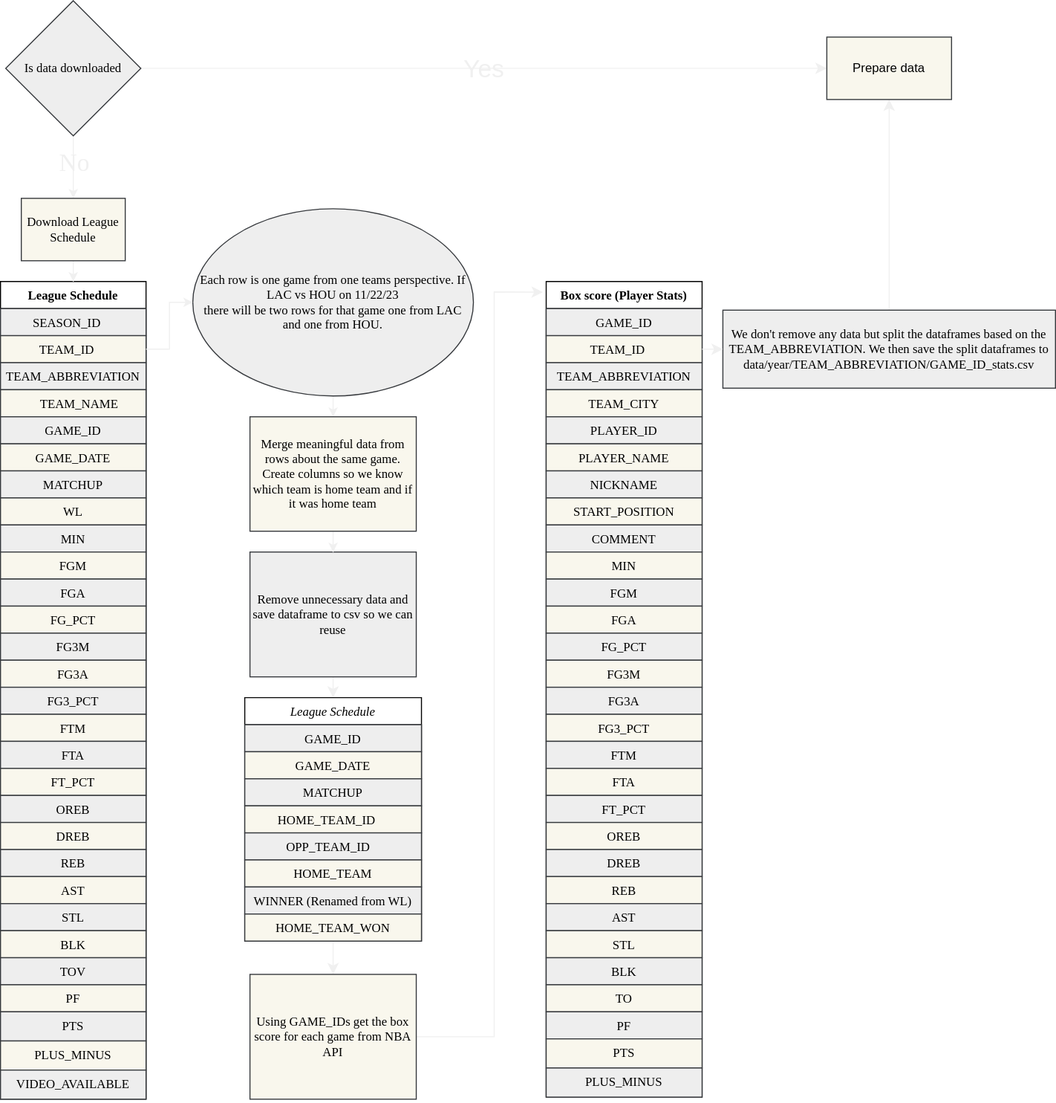
Earlier version of the draw.io export README Diagrams/Download Diagram.svg (dmb1o3/NBAWinPredictor). Source tidied: cells renumbered, new cells last; positions are measured from the earlier drawing's top-left corner, leaving out a move shared by most shapes.
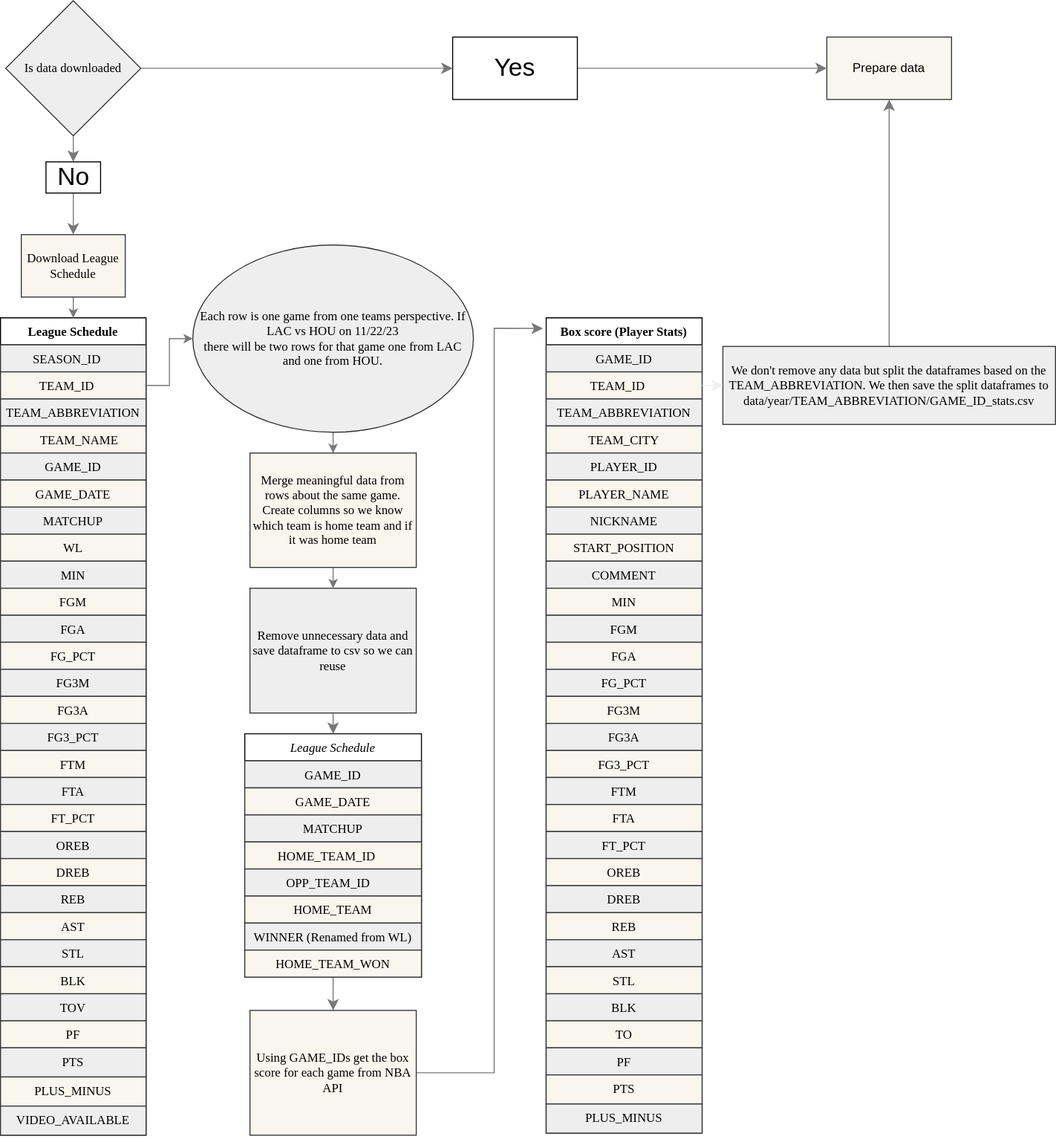
The same diagram one commit later.

Commit message:
Updated diagram hopefully for the last time think it's more readable in most backgrounds now. Also updated README.md so it flows a little better.

Diff of the diagram source:
```diff
@@ -95,48 +95,37 @@
     <mxCell id="32" style="edgeStyle=orthogonalEdgeStyle;rounded=0;orthogonalLoop=1;jettySize=auto;html=1;exitX=1;exitY=0.5;exitDx=0;exitDy=0;fillColor=#f5f5f5;strokeColor=#666666;fontFamily=Times New Roman;" parent="2" edge="1" source="13" target="13">
       <mxGeometry relative="1" as="geometry" />
     </mxCell>
-    <mxCell id="33" style="edgeStyle=orthogonalEdgeStyle;rounded=0;jettySize=auto;html=1;exitX=0.5;exitY=1;exitDx=0;exitDy=0;entryX=0.5;entryY=0;entryDx=0;entryDy=0;strokeColor=#F0F0F0;fontFamily=Times New Roman;" parent="1" edge="1" source="37" target="39">
-      <mxGeometry relative="1" as="geometry" />
-    </mxCell>
-    <mxCell id="34" value="&lt;font style=&quot;font-size: 24px;&quot;&gt;No&lt;/font&gt;" style="edgeLabel;html=1;align=center;verticalAlign=middle;points=[];fontFamily=Times New Roman;labelBackgroundColor=none;fontColor=#F0F0F0;" parent="33" vertex="1">
-      <mxGeometry x="-0.07" y="3" relative="1" as="geometry">
-        <mxPoint x="-3" y="-3" as="offset" />
-      </mxGeometry>
-    </mxCell>
-    <mxCell id="35" style="edgeStyle=none;curved=1;rounded=0;jettySize=auto;html=1;fontSize=12;startSize=8;endSize=8;strokeColor=#F0F0F0;" parent="1" edge="1" source="37" target="94">
-      <mxGeometry relative="1" as="geometry" />
-    </mxCell>
-    <mxCell id="36" value="&lt;font style=&quot;font-size: 24px;&quot;&gt;Yes&lt;/font&gt;" style="edgeLabel;html=1;align=center;verticalAlign=middle;points=[];fontSize=12;labelBackgroundColor=none;fontColor=#F0F0F0;" parent="35" vertex="1">
-      <mxGeometry relative="1" as="geometry" />
-    </mxCell>
+    <mxCell id="95" style="edgeStyle=none;curved=1;rounded=0;jettySize=auto;html=1;entryX=0.5;entryY=0;entryDx=0;entryDy=0;fontSize=12;startSize=8;endSize=8;strokeColor=#787878;" parent="1" edge="1" source="37" target="34">
+      <mxGeometry relative="1" as="geometry" />
+    </mxCell>
     <mxCell id="37" value="Is data downloaded" style="rhombus;whiteSpace=wrap;html=1;fillColor=#eeeeee;strokeColor=#36393d;fontFamily=Times New Roman;" parent="1" vertex="1">
-      <mxGeometry x="5" width="130" height="130" as="geometry" />
+      <mxGeometry x="5" y="-35" width="130" height="130" as="geometry" />
     </mxCell>
-    <mxCell id="38" style="edgeStyle=orthogonalEdgeStyle;rounded=0;jettySize=auto;html=1;entryX=0.5;entryY=0;entryDx=0;entryDy=0;strokeColor=#F0F0F0;fontFamily=Times New Roman;" parent="1" edge="1" source="39" target="2">
+    <mxCell id="38" style="edgeStyle=orthogonalEdgeStyle;rounded=0;jettySize=auto;html=1;entryX=0.5;entryY=0;entryDx=0;entryDy=0;strokeColor=#787878;fontFamily=Times New Roman;" parent="1" edge="1" source="39" target="2">
       <mxGeometry relative="1" as="geometry" />
     </mxCell>
     <mxCell id="39" value="Download League Schedule" style="rounded=0;whiteSpace=wrap;html=1;fillColor=#f9f7ed;strokeColor=#36393d;fontFamily=Times New Roman;" parent="1" vertex="1">
       <mxGeometry x="20" y="190" width="100" height="60" as="geometry" />
     </mxCell>
-    <mxCell id="40" style="edgeStyle=none;curved=1;rounded=0;jettySize=auto;html=1;entryX=0.5;entryY=0;entryDx=0;entryDy=0;fontSize=12;startSize=8;endSize=8;strokeColor=#F0F0F0;" parent="1" edge="1" source="41" target="47">
+    <mxCell id="40" style="edgeStyle=none;curved=1;rounded=0;jettySize=auto;html=1;entryX=0.5;entryY=0;entryDx=0;entryDy=0;fontSize=12;startSize=8;endSize=8;strokeColor=#787878;" parent="1" edge="1" source="41" target="47">
       <mxGeometry relative="1" as="geometry" />
     </mxCell>
     <mxCell id="41" value="Remove unnecessary data and save dataframe to csv so we can reuse" style="rounded=0;whiteSpace=wrap;html=1;fillColor=#eeeeee;strokeColor=#36393d;fontFamily=Times New Roman;" parent="1" vertex="1">
       <mxGeometry x="240" y="530" width="160" height="120" as="geometry" />
     </mxCell>
-    <mxCell id="42" style="edgeStyle=orthogonalEdgeStyle;rounded=0;jettySize=auto;html=1;entryX=0.5;entryY=0;entryDx=0;entryDy=0;strokeColor=#F0F0F0;fontFamily=Times New Roman;" parent="1" edge="1" source="43" target="45">
+    <mxCell id="42" style="edgeStyle=orthogonalEdgeStyle;rounded=0;jettySize=auto;html=1;entryX=0.5;entryY=0;entryDx=0;entryDy=0;strokeColor=#787878;fontFamily=Times New Roman;" parent="1" edge="1" source="43" target="45">
       <mxGeometry relative="1" as="geometry" />
     </mxCell>
     <mxCell id="43" value="&lt;font&gt;&lt;br&gt;Each row is one game from one teams perspective. If LAC vs HOU on 11/22/23 &lt;br&gt;there will be two rows for that game one from LAC and one from HOU. &lt;/font&gt;&lt;div&gt;&lt;font&gt;&lt;br&gt;&lt;/font&gt;&lt;/div&gt;" style="ellipse;whiteSpace=wrap;html=1;fillColor=#eeeeee;strokeColor=#36393d;fontFamily=Times New Roman;" parent="1" vertex="1">
       <mxGeometry x="185" y="200" width="270" height="180" as="geometry" />
     </mxCell>
-    <mxCell id="44" style="edgeStyle=orthogonalEdgeStyle;rounded=0;jettySize=auto;html=1;entryX=0.5;entryY=0;entryDx=0;entryDy=0;strokeColor=#F0F0F0;fontFamily=Times New Roman;" parent="1" edge="1" source="45" target="41">
+    <mxCell id="44" style="edgeStyle=orthogonalEdgeStyle;rounded=0;jettySize=auto;html=1;entryX=0.5;entryY=0;entryDx=0;entryDy=0;strokeColor=#787878;fontFamily=Times New Roman;" parent="1" edge="1" source="45" target="41">
       <mxGeometry relative="1" as="geometry" />
     </mxCell>
     <mxCell id="45" value="&lt;font&gt;Merge meaningful data from rows about the same game. Create columns so we know which team is home team and if it was home team&lt;/font&gt;" style="rounded=0;whiteSpace=wrap;html=1;fillColor=#f9f7ed;strokeColor=#36393d;fontFamily=Times New Roman;" parent="1" vertex="1">
       <mxGeometry x="240" y="400" width="160" height="110" as="geometry" />
     </mxCell>
-    <mxCell id="46" style="edgeStyle=none;curved=1;rounded=0;jettySize=auto;html=1;entryX=0.5;entryY=0;entryDx=0;entryDy=0;fontSize=12;startSize=8;endSize=8;strokeColor=#F0F0F0;" parent="1" edge="1" source="47" target="59">
+    <mxCell id="46" style="edgeStyle=none;curved=1;rounded=0;jettySize=auto;html=1;entryX=0.5;entryY=0;entryDx=0;entryDy=0;fontSize=12;startSize=8;endSize=8;strokeColor=#787878;" parent="1" edge="1" source="47" target="59">
       <mxGeometry relative="1" as="geometry" />
     </mxCell>
     <mxCell id="47" value="League Schedule" style="swimlane;fontStyle=2;align=center;verticalAlign=top;horizontal=1;startSize=26;rounded=0;shadow=0;strokeWidth=1;fontFamily=Times New Roman;" parent="1" vertex="1">
@@ -172,10 +161,10 @@
         <mxPoint x="150" y="273" as="targetPoint" />
       </mxGeometry>
     </mxCell>
-    <mxCell id="57" style="edgeStyle=orthogonalEdgeStyle;rounded=0;jettySize=auto;html=1;strokeColor=#F0F0F0;fontFamily=Times New Roman;" parent="1" edge="1" source="4" target="43">
+    <mxCell id="57" style="edgeStyle=orthogonalEdgeStyle;rounded=0;jettySize=auto;html=1;strokeColor=#787878;fontFamily=Times New Roman;" parent="1" edge="1" source="4" target="43">
       <mxGeometry relative="1" as="geometry" />
     </mxCell>
-    <mxCell id="58" style="edgeStyle=none;curved=0;rounded=0;jettySize=auto;html=1;fontSize=12;startSize=8;endSize=8;strokeColor=#F0F0F0;entryX=-0.021;entryY=0.013;entryDx=0;entryDy=0;entryPerimeter=0;" parent="1" edge="1" source="59" target="60">
+    <mxCell id="58" style="edgeStyle=none;curved=0;rounded=0;jettySize=auto;html=1;fontSize=12;startSize=8;endSize=8;strokeColor=#787878;entryX=-0.021;entryY=0.013;entryDx=0;entryDy=0;entryPerimeter=0;" parent="1" edge="1" source="59" target="60">
       <mxGeometry relative="1" as="geometry">
         <Array as="points">
           <mxPoint x="475" y="996" />
@@ -281,7 +270,7 @@
     <mxCell id="90" style="edgeStyle=orthogonalEdgeStyle;rounded=0;orthogonalLoop=1;jettySize=auto;html=1;exitX=1;exitY=0.5;exitDx=0;exitDy=0;fillColor=#f5f5f5;strokeColor=#666666;fontFamily=Times New Roman;" parent="60" edge="1" source="72" target="72">
       <mxGeometry relative="1" as="geometry" />
     </mxCell>
-    <mxCell id="91" style="edgeStyle=none;curved=1;rounded=0;jettySize=auto;html=1;entryX=0.5;entryY=1;entryDx=0;entryDy=0;fontSize=12;startSize=8;endSize=8;strokeColor=#F0F0F0;" parent="1" edge="1" source="92" target="94">
+    <mxCell id="91" style="edgeStyle=none;curved=1;rounded=0;jettySize=auto;html=1;entryX=0.5;entryY=1;entryDx=0;entryDy=0;fontSize=12;startSize=8;endSize=8;strokeColor=#787878;" parent="1" edge="1" source="92" target="94">
       <mxGeometry relative="1" as="geometry" />
     </mxCell>
     <mxCell id="92" value="We don't remove any data but split the dataframes based on the TEAM_ABBREVIATION. We then save the split dataframes to data/year/TEAM_ABBREVIATION/GAME_ID_stats.csv" style="rounded=0;whiteSpace=wrap;html=1;fillColor=#eeeeee;strokeColor=#36393d;fontFamily=Times New Roman;" parent="1" vertex="1">
@@ -291,7 +280,22 @@
       <mxGeometry relative="1" as="geometry" />
     </mxCell>
     <mxCell id="94" value="Prepare data" style="rounded=0;whiteSpace=wrap;html=1;fillColor=#f9f7ed;strokeColor=#36393d;" parent="1" vertex="1">
-      <mxGeometry x="795" y="35" width="120" height="60" as="geometry" />
+      <mxGeometry x="795" width="120" height="60" as="geometry" />
     </mxCell>
+    <mxCell id="96" style="edgeStyle=none;curved=1;rounded=0;jettySize=auto;html=1;fontSize=12;startSize=8;endSize=8;strokeColor=#787878;" parent="1" edge="1" source="37" target="36">
+      <mxGeometry relative="1" as="geometry" />
+    </mxCell>
+    <mxCell id="97" style="edgeStyle=none;curved=0;rounded=0;jettySize=auto;html=1;entryX=0;entryY=0.5;entryDx=0;entryDy=0;fontSize=12;startSize=8;endSize=8;strokeColor=#787878;" parent="1" edge="1" source="36" target="94">
+      <mxGeometry relative="1" as="geometry" />
+    </mxCell>
+    <mxCell id="36" value="&lt;font style=&quot;font-size: 24px;&quot;&gt;Yes&lt;/font&gt;" style="rounded=0;whiteSpace=wrap;html=1;" parent="1" vertex="1">
+      <mxGeometry x="435" width="120" height="60" as="geometry" />
+    </mxCell>
+    <mxCell id="98" style="edgeStyle=none;curved=1;rounded=0;jettySize=auto;html=1;entryX=0.5;entryY=0;entryDx=0;entryDy=0;fontSize=12;startSize=8;endSize=8;strokeColor=#787878;" parent="1" edge="1" source="34" target="39">
+      <mxGeometry relative="1" as="geometry" />
+    </mxCell>
+    <mxCell id="34" value="&lt;font style=&quot;font-size: 24px;&quot;&gt;No&lt;/font&gt;" style="rounded=0;whiteSpace=wrap;html=1;" parent="1" vertex="1">
+      <mxGeometry x="43.8" y="120" width="52.5" height="30" as="geometry" />
+    </mxCell>
   </root>
 </mxGraphModel>
```
